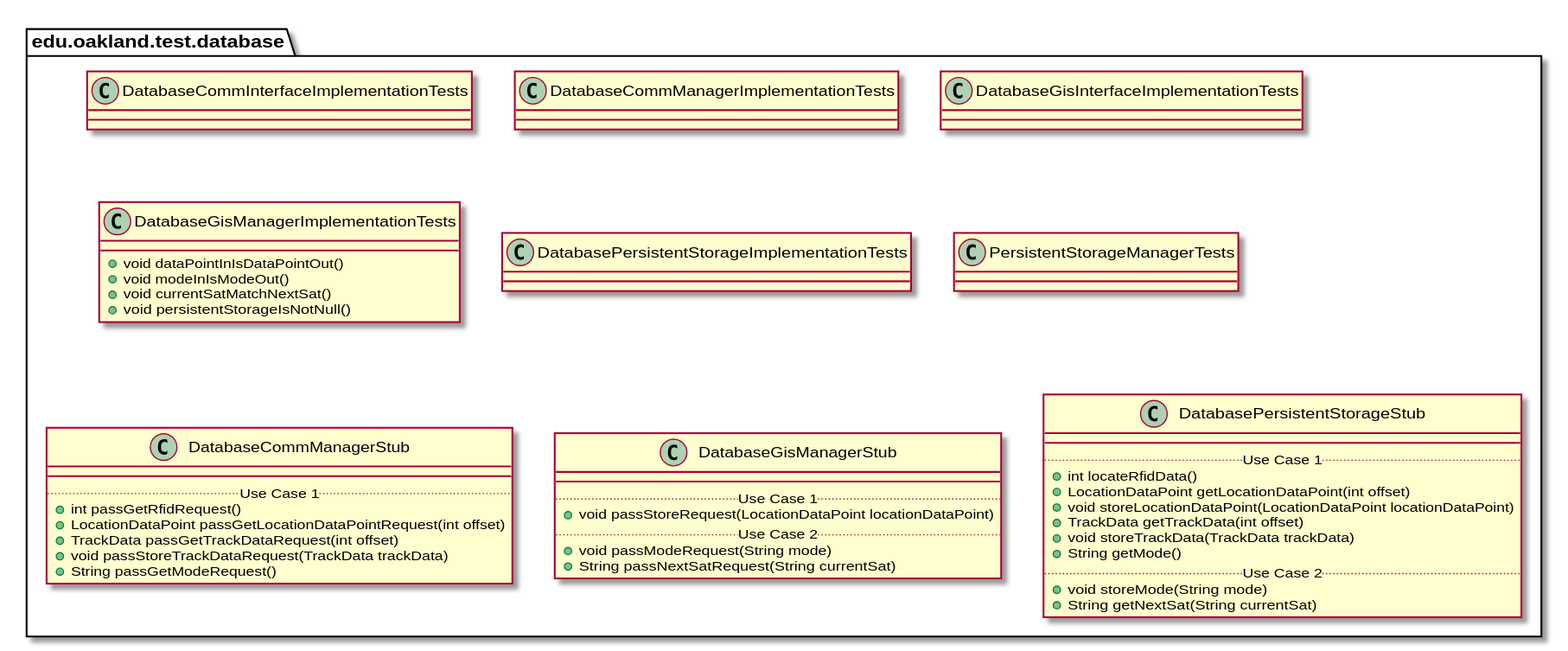
Earlier version of the PlantUML export docs/uml-class-diagrams/database/test/DatabaseTestPackage.svg (elilley15/csi-3370-software-project).
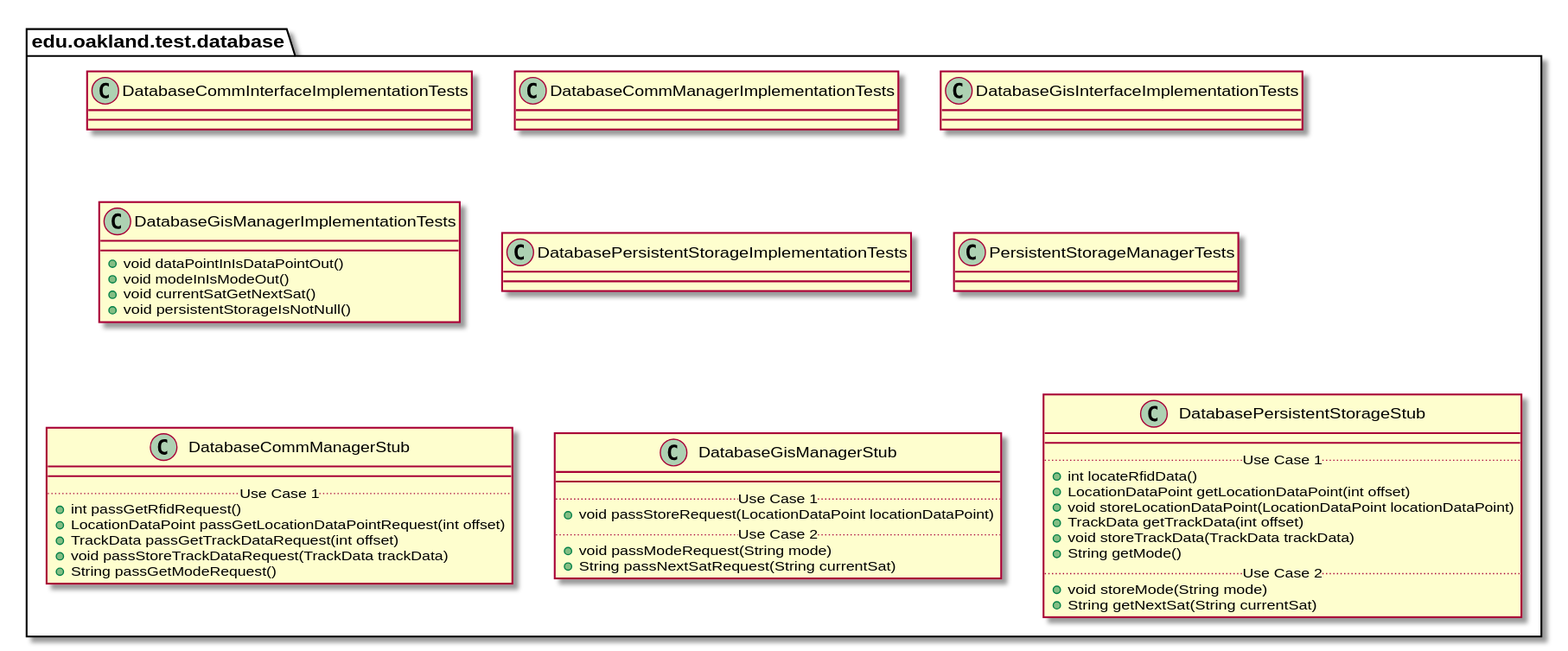
The same file after the commit.

Change to the diagram source:
```diff
@@ -30,7 +30,7 @@
     class DatabaseGisManagerImplementationTests {
         + void dataPointInIsDataPointOut()
         + void modeInIsModeOut()
-        + void currentSatMatchNextSat()
+        + void currentSatGetNextSat()
         + void persistentStorageIsNotNull()
     }
 }
```
